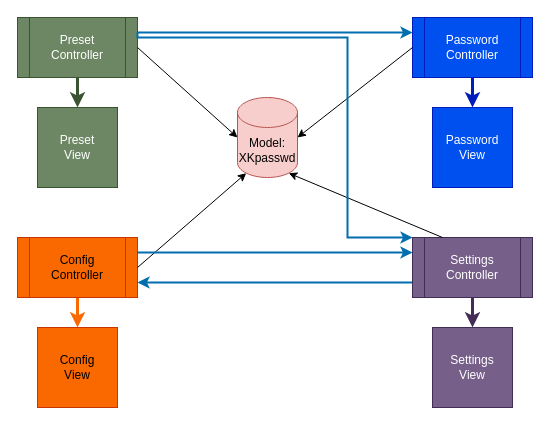
This is src-diagrams/mvc-diagrams.drawio from bartificer/xkpasswd-js, a draw.io file, before an edit. Source tidied: cells renumbered, new cells numbered last; positions are measured from the earlier drawing's top-left corner, leaving out a move shared by most shapes. Both pictures are drawn from the tidied source at 100%, with x=0, y=0 at pixel (17, 17).
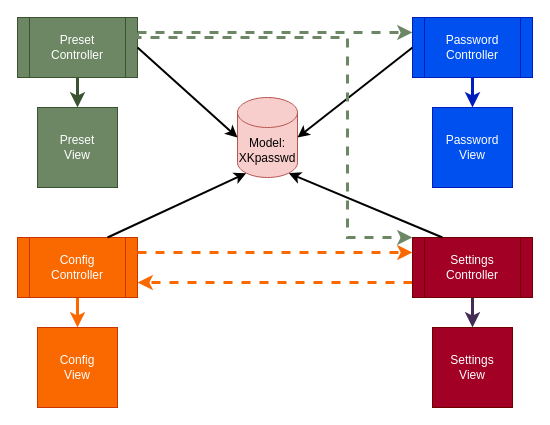
After the change.

Commit message (it also covers changes not shown here):
MAINTENANCE update the diagrams

The change refers to these unchanged cells:
```xml
<mxCell id="4" value="Model: XKpasswd" style="shape=cylinder3;whiteSpace=wrap;html=1;boundedLbl=1;backgroundOutline=1;size=15;fillColor=#f8cecc;strokeColor=#b85450;fontColor=#000000;" parent="1" vertex="1">
  <mxGeometry x="220" y="80" width="60" height="80" as="geometry" />
</mxCell>
<mxCell id="7" value="Password&lt;br&gt;Controller" style="shape=process;whiteSpace=wrap;html=1;backgroundOutline=1;fillColor=#0050ef;fontColor=#ffffff;strokeColor=#001DBC;" parent="5" vertex="1">
  <mxGeometry width="120" height="60" as="geometry" />
</mxCell>
<mxCell id="9" style="group;" parent="1" vertex="1">
  <mxGeometry x="395" y="220" width="120" height="170" as="geometry" />
</mxCell>
<mxCell id="16" value="Preset&lt;br&gt;Controller" style="shape=process;whiteSpace=wrap;html=1;backgroundOutline=1;fillColor=#6d8764;fontColor=#ffffff;strokeColor=#3A5431;" parent="13" vertex="1">
  <mxGeometry width="120" height="60" as="geometry" />
</mxCell>
```

Diff of the diagram source:
```diff
@@
-    <mxCell id="2" style="edgeStyle=orthogonalEdgeStyle;rounded=0;jettySize=auto;html=1;exitX=0;exitY=0.75;exitDx=0;exitDy=0;entryX=1;entryY=0.75;entryDx=0;entryDy=0;fillColor=#1ba1e2;strokeColor=#006EAF;strokeWidth=2;" parent="1" edge="1" source="12" target="20">
+    <mxCell id="2" style="edgeStyle=orthogonalEdgeStyle;rounded=0;jettySize=auto;html=1;exitX=0;exitY=0.75;exitDx=0;exitDy=0;entryX=1;entryY=0.75;entryDx=0;entryDy=0;fillColor=#1ba1e2;strokeColor=#FA6800;strokeWidth=3;dashed=1;" parent="1" edge="1" source="12" target="20">
       <mxGeometry relative="1" as="geometry" />
     </mxCell>
-    <mxCell id="3" style="rounded=0;jettySize=auto;html=1;fillColor=#1ba1e2;strokeColor=#006EAF;strokeWidth=2;exitX=1;exitY=0.25;exitDx=0;exitDy=0;entryX=0;entryY=0.25;entryDx=0;entryDy=0;" parent="1" edge="1" source="16" target="7">
+    <mxCell id="3" style="rounded=0;jettySize=auto;html=1;fillColor=#1ba1e2;strokeColor=#6D8764;strokeWidth=3;exitX=1;exitY=0.25;exitDx=0;exitDy=0;entryX=0;entryY=0.25;entryDx=0;entryDy=0;dashed=1;" parent="1" edge="1" source="16" target="7">
       <mxGeometry relative="1" as="geometry" />
     </mxCell>
@@
-    <mxCell id="10" value="Settings&lt;br&gt;View" style="whiteSpace=wrap;html=1;fillColor=#76608a;fontColor=#ffffff;strokeColor=#432D57;" parent="9" vertex="1">
+    <mxCell id="10" value="Settings&lt;br&gt;View" style="whiteSpace=wrap;html=1;fillColor=#a20025;fontColor=#ffffff;strokeColor=#6F0000;" parent="9" vertex="1">
       <mxGeometry x="20" y="90" width="80" height="80" as="geometry" />
     </mxCell>
@@
-    <mxCell id="12" value="Settings&lt;br&gt;Controller" style="shape=process;whiteSpace=wrap;html=1;backgroundOutline=1;fillColor=#76608a;fontColor=#ffffff;strokeColor=#432D57;" parent="9" vertex="1">
+    <mxCell id="12" value="Settings&lt;br&gt;Controller" style="shape=process;whiteSpace=wrap;html=1;backgroundOutline=1;fillColor=#a20025;fontColor=#ffffff;strokeColor=#6F0000;" parent="9" vertex="1">
       <mxGeometry width="120" height="60" as="geometry" />
     </mxCell>
@@
-    <mxCell id="17" style="group;" parent="1" vertex="1">
+    <mxCell id="17" style="group;fontColor=#FFFFFF;" parent="1" vertex="1">
       <mxGeometry y="220" width="120" height="170" as="geometry" />
     </mxCell>
-    <mxCell id="18" value="Config&lt;br&gt;View" style="whiteSpace=wrap;html=1;fillColor=#fa6800;fontColor=#000000;strokeColor=#C73500;" parent="17" vertex="1">
+    <mxCell id="18" value="Config&lt;br&gt;View" style="whiteSpace=wrap;html=1;fillColor=#fa6800;fontColor=#FFFFFF;strokeColor=#C73500;" parent="17" vertex="1">
       <mxGeometry x="20" y="90" width="80" height="80" as="geometry" />
     </mxCell>
@@
-    <mxCell id="20" value="Config&lt;br&gt;Controller" style="shape=process;whiteSpace=wrap;html=1;backgroundOutline=1;fillColor=#fa6800;fontColor=#000000;strokeColor=#C73500;" parent="17" vertex="1">
+    <mxCell id="20" value="Config&lt;br&gt;Controller" style="shape=process;whiteSpace=wrap;html=1;backgroundOutline=1;fillColor=#fa6800;fontColor=#FFFFFF;strokeColor=#C73500;" parent="17" vertex="1">
       <mxGeometry width="120" height="60" as="geometry" />
     </mxCell>
-    <mxCell id="21" style="rounded=0;jettySize=auto;html=1;exitX=1;exitY=0.5;exitDx=0;exitDy=0;entryX=0;entryY=0.5;entryDx=0;entryDy=0;entryPerimeter=0;" parent="1" edge="1" source="16" target="4">
+    <mxCell id="21" style="rounded=0;jettySize=auto;html=1;exitX=1;exitY=0.5;exitDx=0;exitDy=0;entryX=0;entryY=0.5;entryDx=0;entryDy=0;entryPerimeter=0;strokeWidth=2;" parent="1" edge="1" source="16" target="4">
       <mxGeometry relative="1" as="geometry" />
     </mxCell>
-    <mxCell id="22" style="rounded=0;jettySize=auto;html=1;exitX=0.25;exitY=0;exitDx=0;exitDy=0;entryX=0.855;entryY=1;entryDx=0;entryDy=-4.35;entryPerimeter=0;" parent="1" edge="1" source="12" target="4">
+    <mxCell id="22" style="rounded=0;jettySize=auto;html=1;exitX=0.25;exitY=0;exitDx=0;exitDy=0;entryX=0.855;entryY=1;entryDx=0;entryDy=-4.35;entryPerimeter=0;strokeWidth=2;" parent="1" edge="1" source="12" target="4">
       <mxGeometry relative="1" as="geometry" />
     </mxCell>
-    <mxCell id="23" style="rounded=0;jettySize=auto;html=1;exitX=1;exitY=0.5;exitDx=0;exitDy=0;entryX=0.145;entryY=1;entryDx=0;entryDy=-4.35;entryPerimeter=0;" parent="1" edge="1" source="20" target="4">
+    <mxCell id="23" style="rounded=0;jettySize=auto;html=1;exitX=0.75;exitY=0;exitDx=0;exitDy=0;entryX=0.145;entryY=1;entryDx=0;entryDy=-4.35;entryPerimeter=0;strokeWidth=2;" parent="1" edge="1" source="20" target="4">
       <mxGeometry relative="1" as="geometry" />
     </mxCell>
-    <mxCell id="24" style="rounded=0;jettySize=auto;html=1;exitX=0;exitY=0.5;exitDx=0;exitDy=0;entryX=1;entryY=0.5;entryDx=0;entryDy=0;entryPerimeter=0;" parent="1" edge="1" source="7" target="4">
+    <mxCell id="24" style="rounded=0;jettySize=auto;html=1;exitX=0;exitY=0.5;exitDx=0;exitDy=0;entryX=1;entryY=0.5;entryDx=0;entryDy=0;entryPerimeter=0;strokeWidth=2;" parent="1" edge="1" source="7" target="4">
       <mxGeometry relative="1" as="geometry" />
     </mxCell>
-    <mxCell id="25" style="edgeStyle=orthogonalEdgeStyle;rounded=0;jettySize=auto;html=1;exitX=1;exitY=0.25;exitDx=0;exitDy=0;entryX=0;entryY=0;entryDx=0;entryDy=0;fillColor=#1ba1e2;strokeColor=#006EAF;strokeWidth=2;" parent="1" edge="1" source="16" target="12">
+    <mxCell id="25" style="edgeStyle=orthogonalEdgeStyle;rounded=0;jettySize=auto;html=1;exitX=1;exitY=0.25;exitDx=0;exitDy=0;entryX=0;entryY=0;entryDx=0;entryDy=0;fillColor=#1ba1e2;strokeColor=#6D8764;strokeWidth=3;dashed=1;" parent="1" edge="1" source="16" target="12">
       <mxGeometry relative="1" as="geometry">
         <Array as="points">
           <mxPoint x="120" y="20" />
           <mxPoint x="330" y="20" />
           <mxPoint x="330" y="220" />
         </Array>
       </mxGeometry>
     </mxCell>
-    <mxCell id="26" style="rounded=0;jettySize=auto;html=1;exitX=1;exitY=0.25;exitDx=0;exitDy=0;entryX=0;entryY=0.25;entryDx=0;entryDy=0;fillColor=#1ba1e2;strokeColor=#006EAF;strokeWidth=2;" parent="1" edge="1" source="20" target="12">
+    <mxCell id="26" style="rounded=0;jettySize=auto;html=1;exitX=1;exitY=0.25;exitDx=0;exitDy=0;entryX=0;entryY=0.25;entryDx=0;entryDy=0;fillColor=#1ba1e2;strokeColor=#FA6800;strokeWidth=3;dashed=1;" parent="1" edge="1" source="20" target="12">
       <mxGeometry relative="1" as="geometry" />
     </mxCell>
```
